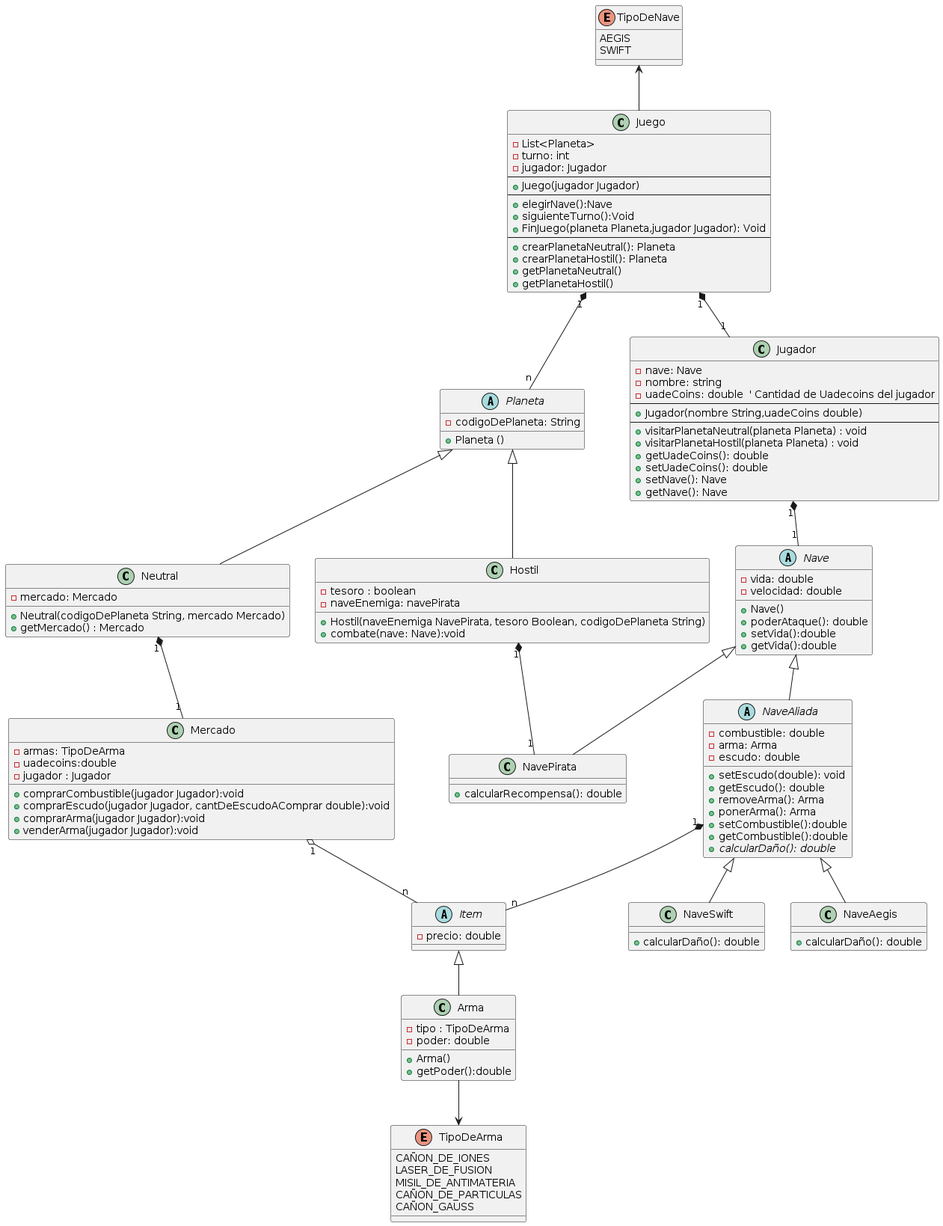
Before: src/main/java/org/example/Diagrams/DiagramaDeClases.png, a diagram exported from PlantUML (ianlio-git/LostGalaxy). Source of this version:
```plantuml
@startuml
TipoDeNave <-- Juego
enum TipoDeNave{
    AEGIS
    SWIFT
}
Arma --> TipoDeArma
enum TipoDeArma{
   CAÑON_DE_IONES
   LASER_DE_FUSION
   MISIL_DE_ANTIMATERIA
   CAÑON_DE_PARTICULAS
   CAÑON_GAUSS
}
Juego "1" *-- "n" Planeta
Juego "1" *-- "1" Jugador
class Juego {
    - List<Planeta>
    - turno: int
    - jugador: Jugador
    --
    + Juego(jugador Jugador)
    --
    + elegirNave():Nave
    + siguienteTurno():Void
    + FinJuego(planeta Planeta,jugador Jugador): Void
    --
    + crearPlanetaNeutral(): Planeta
    + crearPlanetaHostil(): Planeta
    + getPlanetaNeutral()
    + getPlanetaHostil()
}
Jugador "1" *-- "1" Nave
class Jugador {
    - nave: Nave
    - nombre: string
    - uadeCoins: double  ' Cantidad de Uadecoins del jugador
    --
    + Jugador(nombre String,uadeCoins double)
    --
    + visitarPlanetaNeutral(planeta Planeta) : void
    + visitarPlanetaHostil(planeta Planeta) : void
    + getUadeCoins(): double
    + setUadeCoins(): double
    + setNave(): Nave
    + getNave(): Nave
}

abstract class Nave {
    - vida: double
    - velocidad: double
    + Nave()
    + poderAtaque(): double
    + setVida():double
    + getVida():double
}
abstract class NaveAliada extends Nave{
 - combustible: double
 - arma: Arma
 - escudo: double
 + setEscudo(double): void
 + getEscudo(): double
 + removeArma(): Arma
 + ponerArma(): Arma
 + setCombustible():double
 + getCombustible():double
 + {abstract} calcularDaño(): double
}
class NaveAegis extends NaveAliada{
+ calcularDaño(): double
}
class NaveSwift extends NaveAliada {
+ calcularDaño(): double
}
NaveAliada "1"*--"n" Item
abstract class Item{
- precio: double

}
class Arma extends Item{
    - tipo : TipoDeArma
    - poder: double
    + Arma()
    + getPoder():double
}


Hostil "1"*--"1" NavePirata
class NavePirata extends Nave {
    + calcularRecompensa(): double
}


Neutral "1"*--"1" Mercado
abstract class Planeta {
    - codigoDePlaneta: String
    + Planeta ()
}

class Neutral extends Planeta{
    - mercado: Mercado
    + Neutral(codigoDePlaneta String, mercado Mercado)
    + getMercado() : Mercado

}
Mercado "1" o-- "n" Item
class Mercado {
    -armas: TipoDeArma
    -uadecoins:double
    -jugador : Jugador
    + comprarCombustible(jugador Jugador):void
    + comprarEscudo(jugador Jugador, cantDeEscudoAComprar double):void
    + comprarArma(jugador Jugador):void
    + venderArma(jugador Jugador):void

}



class Hostil extends Planeta{
    - tesoro : boolean
    - naveEnemiga: navePirata
    + Hostil(naveEnemiga NavePirata, tesoro Boolean, codigoDePlaneta String)
    + combate(nave: Nave):void
}
@enduml
```
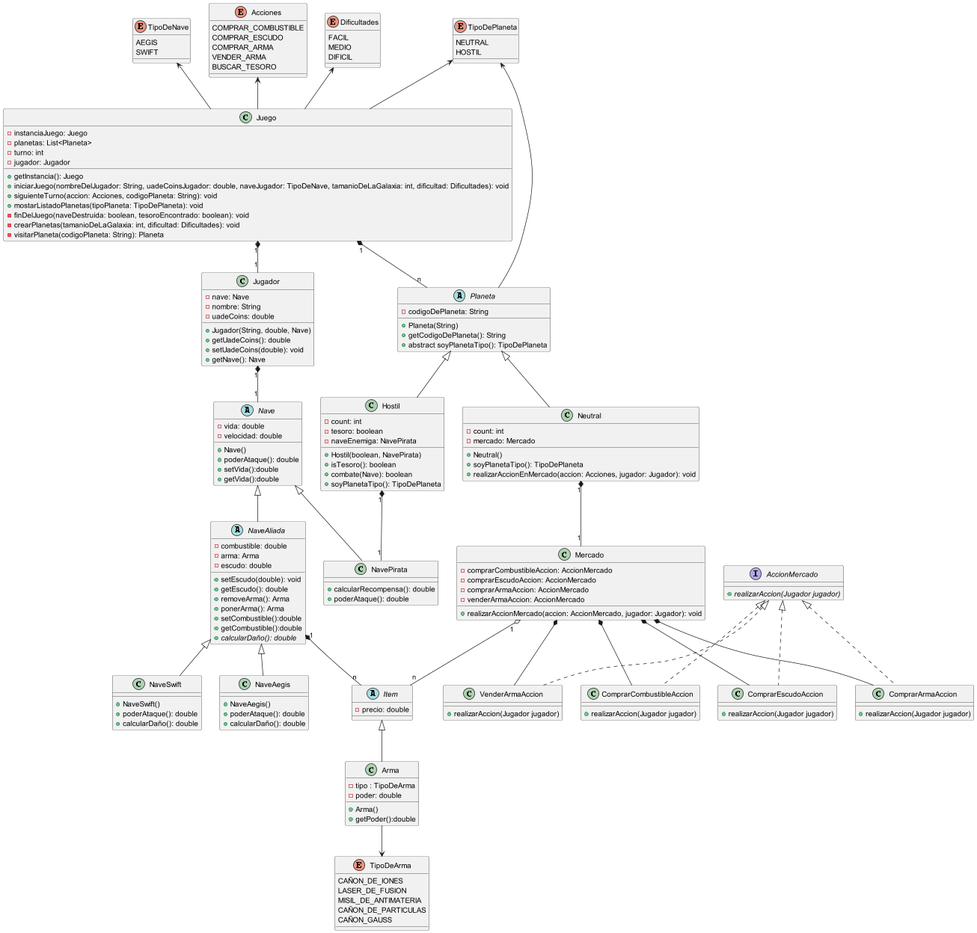
Later version of the same file.

What changed in the source:
```diff
@@ -1,8 +1,30 @@
 @startuml
 TipoDeNave <-- Juego
+Acciones <-- Juego
+Dificultades <-- Juego
+TipoDePlaneta <-- Juego
+TipoDePlaneta <-- Planeta
 enum TipoDeNave{
     AEGIS
     SWIFT
+}
+enum Acciones {
+    COMPRAR_COMBUSTIBLE
+    COMPRAR_ESCUDO
+    COMPRAR_ARMA
+    VENDER_ARMA
+    BUSCAR_TESORO
+}
+
+enum Dificultades {
+    FACIL
+    MEDIO
+    DIFICIL
+}
+
+enum TipoDePlaneta {
+    NEUTRAL
+    HOSTIL
 }
 Arma --> TipoDeArma
 enum TipoDeArma{
@@ -15,36 +37,30 @@
 Juego "1" *-- "n" Planeta
 Juego "1" *-- "1" Jugador
 class Juego {
-    - List<Planeta>
+    - instanciaJuego: Juego
+    - planetas: List<Planeta>
     - turno: int
     - jugador: Jugador
-    --
-    + Juego(jugador Jugador)
-    --
-    + elegirNave():Nave
-    + siguienteTurno():Void
-    + FinJuego(planeta Planeta,jugador Jugador): Void
-    --
-    + crearPlanetaNeutral(): Planeta
-    + crearPlanetaHostil(): Planeta
-    + getPlanetaNeutral()
-    + getPlanetaHostil()
+
+    + getInstancia(): Juego
+    + iniciarJuego(nombreDelJugador: String, uadeCoinsJugador: double, naveJugador: TipoDeNave, tamanioDeLaGalaxia: int, dificultad: Dificultades): void
+    + siguienteTurno(accion: Acciones, codigoPlaneta: String): void
+    + mostarListadoPlanetas(tipoPlaneta: TipoDePlaneta): void
+    - finDelJuego(naveDestruida: boolean, tesoroEncontrado: boolean): void
+    - crearPlanetas(tamanioDeLaGalaxia: int, dificultad: Dificultades): void
+    - visitarPlaneta(codigoPlaneta: String): Planeta
 }
 Jugador "1" *-- "1" Nave
 class Jugador {
     - nave: Nave
-    - nombre: string
-    - uadeCoins: double  ' Cantidad de Uadecoins del jugador
-    --
-    + Jugador(nombre String,uadeCoins double)
-    --
-    + visitarPlanetaNeutral(planeta Planeta) : void
-    + visitarPlanetaHostil(planeta Planeta) : void
+    - nombre: String
+    - uadeCoins: double
+    + Jugador(String, double, Nave)
     + getUadeCoins(): double
-    + setUadeCoins(): double
-    + setNave(): Nave
+    + setUadeCoins(double): void
     + getNave(): Nave
 }
+
 
 abstract class Nave {
     - vida: double
@@ -66,11 +82,15 @@
  + getCombustible():double
  + {abstract} calcularDaño(): double
 }
-class NaveAegis extends NaveAliada{
-+ calcularDaño(): double
+class NaveAegis extends NaveAliada {
+    +NaveAegis()
+    +poderAtaque(): double
+    +calcularDaño(): double
 }
 class NaveSwift extends NaveAliada {
-+ calcularDaño(): double
+    +NaveSwift()
+    +poderAtaque(): double
+    +calcularDaño(): double
 }
 NaveAliada "1"*--"n" Item
 abstract class Item{
@@ -86,41 +106,73 @@
 
 
 Hostil "1"*--"1" NavePirata
-class NavePirata extends Nave {
-    + calcularRecompensa(): double
+class NavePirata extends Nave{
+    +calcularRecompensa(): double
+    +poderAtaque(): double
 }
+
 
 
 Neutral "1"*--"1" Mercado
 abstract class Planeta {
     - codigoDePlaneta: String
-    + Planeta ()
+    + Planeta(String)
+    + getCodigoDePlaneta(): String
+    + abstract soyPlanetaTipo(): TipoDePlaneta
 }
 
-class Neutral extends Planeta{
+class Neutral extends Planeta {
+    - count: int
     - mercado: Mercado
-    + Neutral(codigoDePlaneta String, mercado Mercado)
-    + getMercado() : Mercado
 
+    + Neutral()
+    + soyPlanetaTipo(): TipoDePlaneta
+    + realizarAccionEnMercado(accion: Acciones, jugador: Jugador): void
 }
+
 Mercado "1" o-- "n" Item
 class Mercado {
-    -armas: TipoDeArma
-    -uadecoins:double
-    -jugador : Jugador
-    + comprarCombustible(jugador Jugador):void
-    + comprarEscudo(jugador Jugador, cantDeEscudoAComprar double):void
-    + comprarArma(jugador Jugador):void
-    + venderArma(jugador Jugador):void
+    - comprarCombustibleAccion: AccionMercado
+    - comprarEscudoAccion: AccionMercado
+    - comprarArmaAccion: AccionMercado
+    - venderArmaAccion: AccionMercado
 
+    + realizarAccionMercado(accion: AccionMercado, jugador: Jugador): void
+}
+Mercado *-- ComprarCombustibleAccion
+Mercado *-- ComprarEscudoAccion
+Mercado *-- ComprarArmaAccion
+Mercado *-- VenderArmaAccion
+interface AccionMercado {
+    {abstract} +realizarAccion(Jugador jugador)
+}
+
+class ComprarArmaAccion implements AccionMercado {
+    +realizarAccion(Jugador jugador)
+}
+
+class ComprarCombustibleAccion implements AccionMercado {
+    +realizarAccion(Jugador jugador)
+}
+
+class ComprarEscudoAccion implements AccionMercado {
+    +realizarAccion(Jugador jugador)
+}
+
+class VenderArmaAccion implements AccionMercado {
+    +realizarAccion(Jugador jugador)
 }
 
 
+class Hostil extends Planeta{
+    - count: int
+    - tesoro: boolean
+    - naveEnemiga: NavePirata
+    + Hostil(boolean, NavePirata)
+    + isTesoro(): boolean
+    + combate(Nave): boolean
+    + soyPlanetaTipo(): TipoDePlaneta
+}
 
-class Hostil extends Planeta{
-    - tesoro : boolean
-    - naveEnemiga: navePirata
-    + Hostil(naveEnemiga NavePirata, tesoro Boolean, codigoDePlaneta String)
-    + combate(nave: Nave):void
-}
+
 @enduml
```
